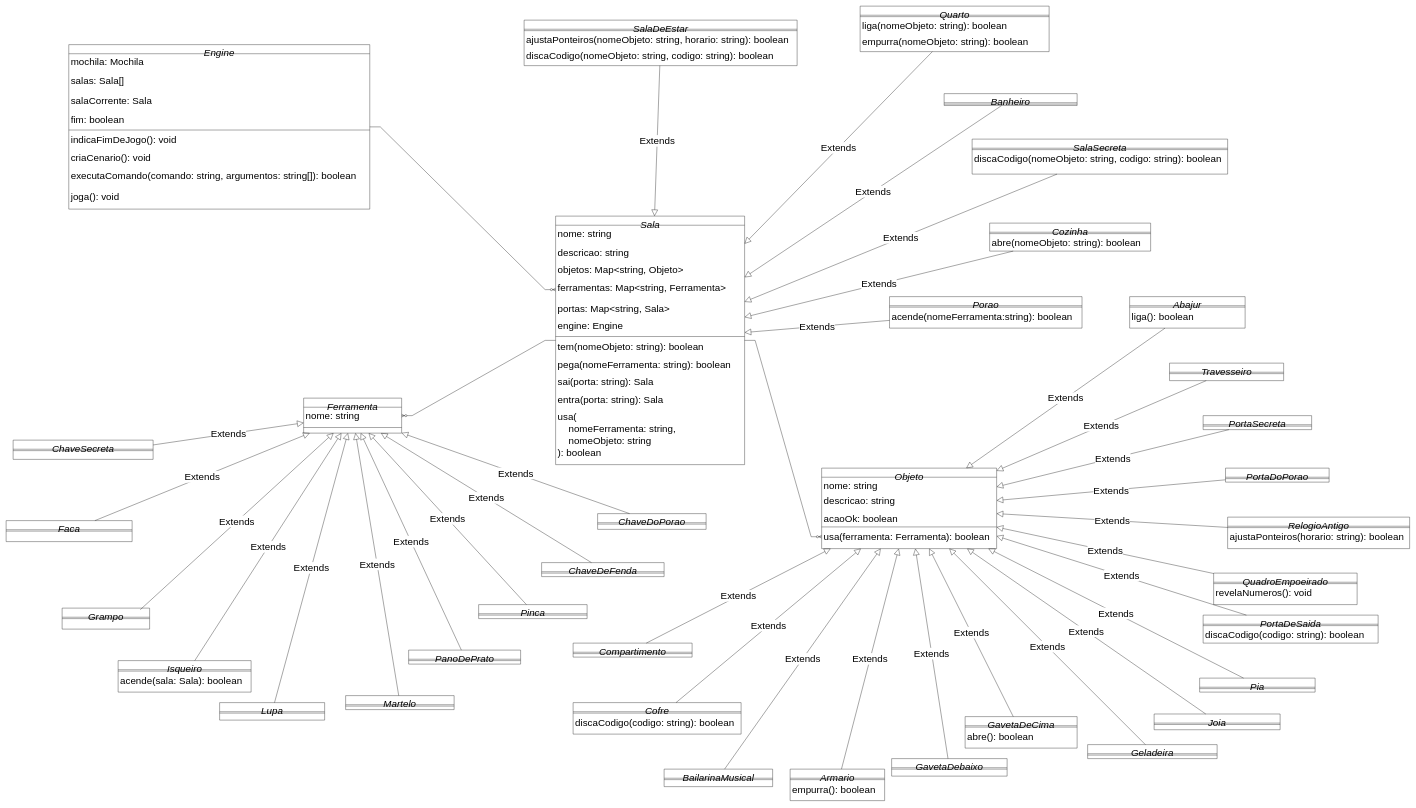
lipe-alves/trabalho-oop-pucrs keeps this draw.io diagram as fontes/Diagrama de Classes.drawio. Above is the earlier version. Source tidied: cells renumbered, new cells numbered last; positions are measured from the earlier drawing's top-left corner, leaving out a move shared by most shapes. Both pictures are drawn from the tidied source at 35%, with x=0, y=0 at pixel (6, 6).
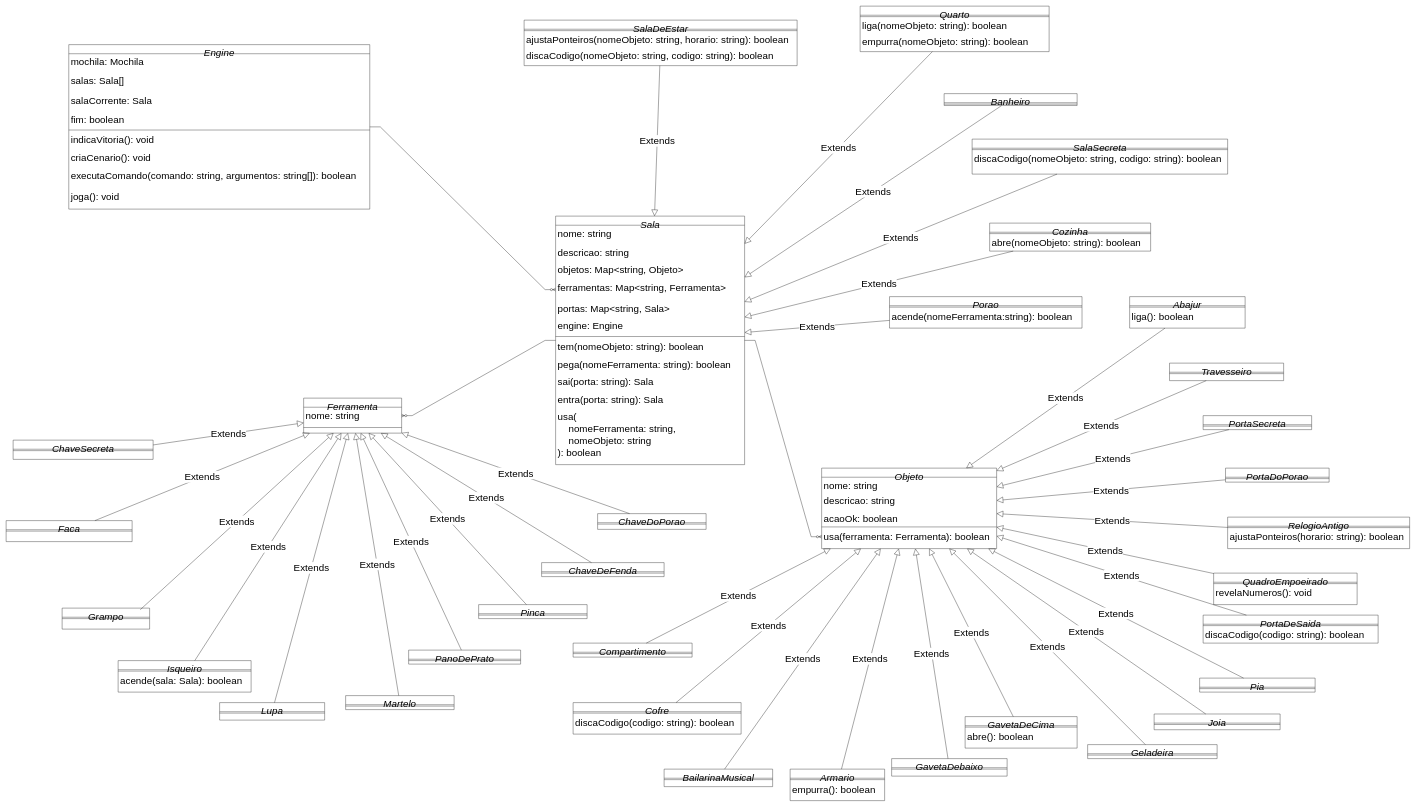
After the change.

Unchanged cells that the change refers to:
```xml
<mxCell id="2" value="Engine" style="swimlane;fontStyle=2;align=center;verticalAlign=top;horizontal=1;startSize=26;rounded=0;shadow=0;strokeWidth=1;fontSize=28;spacingBottom=0;spacingTop=0;spacing=0;labelBorderColor=none;" parent="1" vertex="1">
  <mxGeometry x="179" y="110" width="860" height="470" as="geometry" />
</mxCell>
```

The edit, as a diff of the source:
```diff
@@
-    <mxCell id="8" value="indicaFimDeJogo(): void" style="text;align=left;verticalAlign=top;spacingLeft=4;spacingRight=4;overflow=hidden;fontSize=28;whiteSpace=wrap;textShadow=0;fontColor=default;fontStyle=0;spacing=2;labelBorderColor=none;" parent="2" vertex="1">
+    <mxCell id="8" value="indicaVitoria(): void" style="text;align=left;verticalAlign=top;spacingLeft=4;spacingRight=4;overflow=hidden;fontSize=28;whiteSpace=wrap;textShadow=0;fontColor=default;fontStyle=0;spacing=2;labelBorderColor=none;" parent="2" vertex="1">
       <mxGeometry y="248" width="860" height="52" as="geometry" />
     </mxCell>
```
